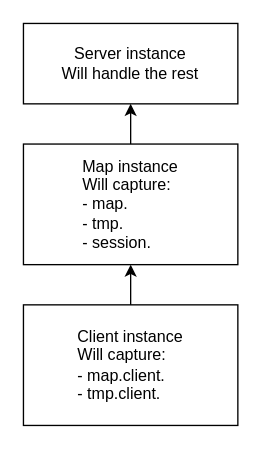
krypciak/cc-multibakery keeps this draw.io diagram as docs/drawio/game-var-flow.drawio. Above is the earlier version. Source tidied: cells renumbered, new cells numbered last; positions are measured from the earlier drawing's top-left corner, leaving out a move shared by most shapes. Both pictures are drawn from the tidied source at 134%, with x=0, y=0 at pixel (23, 23).
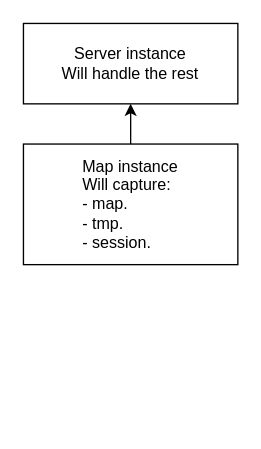
The same diagram, later.

The edit, as a diff of the source:
```diff
@@
 <mxGraphModel>
   <root>
     <mxCell id="0" />
     <mxCell id="1" parent="0" />
     <mxCell id="2" value="Server instance&lt;div&gt;Will handle the rest&lt;/div&gt;" style="rounded=0;whiteSpace=wrap;html=1;" parent="1" vertex="1">
       <mxGeometry width="160" height="60" as="geometry" />
     </mxCell>
     <mxCell id="3" value="Map instance&lt;div style=&quot;text-align: left;&quot;&gt;Will capture:&lt;/div&gt;&lt;div style=&quot;text-align: left;&quot;&gt;- map.&lt;/div&gt;&lt;div style=&quot;text-align: left;&quot;&gt;- tmp.&lt;/div&gt;&lt;div style=&quot;text-align: left;&quot;&gt;- session.&lt;/div&gt;" style="rounded=0;whiteSpace=wrap;html=1;" parent="1" vertex="1">
       <mxGeometry y="90" width="160" height="90" as="geometry" />
     </mxCell>
     <mxCell id="4" style="endArrow=classic;html=1;rounded=0;exitX=0.5;exitY=0;exitDx=0;exitDy=0;entryX=0.5;entryY=1;entryDx=0;entryDy=0;" parent="1" edge="1" source="3" target="2">
       <mxGeometry relative="1" as="geometry" />
     </mxCell>
-    <mxCell id="5" value="Client instance&lt;div style=&quot;text-align: left;&quot;&gt;Will capture:&lt;/div&gt;&lt;div style=&quot;text-align: left;&quot;&gt;- map.client.&lt;/div&gt;&lt;div style=&quot;text-align: left;&quot;&gt;- tmp.client.&lt;/div&gt;" style="rounded=0;whiteSpace=wrap;html=1;align=center;" parent="1" vertex="1">
-      <mxGeometry y="210" width="160" height="90" as="geometry" />
-    </mxCell>
-    <mxCell id="6" style="endArrow=classic;html=1;rounded=0;exitX=0.5;exitY=0;exitDx=0;exitDy=0;entryX=0.5;entryY=1;entryDx=0;entryDy=0;" parent="1" edge="1" source="5" target="3">
-      <mxGeometry relative="1" as="geometry" />
-    </mxCell>
   </root>
 </mxGraphModel>
```
